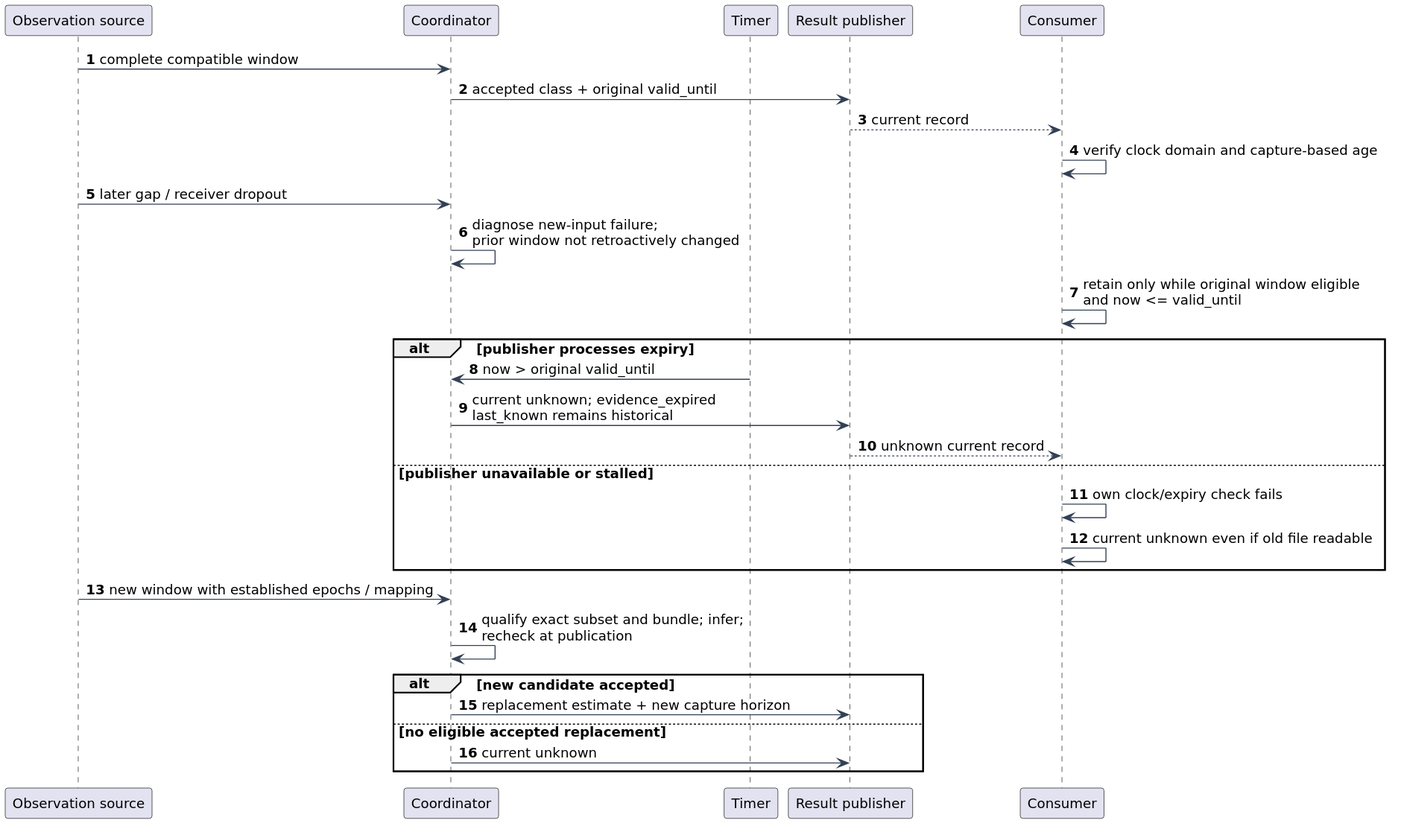
Before: docs/diagrams/failure_recovery.svg, a diagram exported from PlantUML (Sage-Cat/cooperative-wifi-presence-monitor). Its source is kept beside it as docs/diagrams/failure_recovery.puml. Source of this version:
```plantuml
@startuml
skinparam shadowing false
skinparam defaultFontName DejaVu Sans
skinparam defaultFontSize 13
skinparam backgroundColor white
skinparam ArrowColor #334155
skinparam componentStyle rectangle
skinparam packageStyle rectangle
autonumber
participant "Observation source" as Source
participant "Coordinator" as Core
participant "Timer" as Timer
participant "Result publisher" as Publisher
participant "Consumer" as Consumer
Source -> Core : complete compatible window
Core -> Publisher : accepted class + original valid_until
Publisher --> Consumer : current record
Consumer -> Consumer : verify clock domain and capture-based age
Source -> Core : later gap / receiver dropout
Core -> Core : diagnose new-input failure;\nprior window not retroactively changed
Consumer -> Consumer : retain only while original window eligible\nand now <= valid_until
alt publisher processes expiry
  Timer -> Core : now > original valid_until
  Core -> Publisher : current unknown; evidence_expired\nlast_known remains historical
  Publisher --> Consumer : unknown current record
else publisher unavailable or stalled
  Consumer -> Consumer : own clock/expiry check fails
  Consumer -> Consumer : current unknown even if old file readable
end
Source -> Core : new window with established epochs / mapping
Core -> Core : qualify exact subset and bundle; infer;\nrecheck at publication
alt new candidate accepted
  Core -> Publisher : replacement estimate + new capture horizon
else no eligible accepted replacement
  Core -> Publisher : current unknown
end

@enduml
```
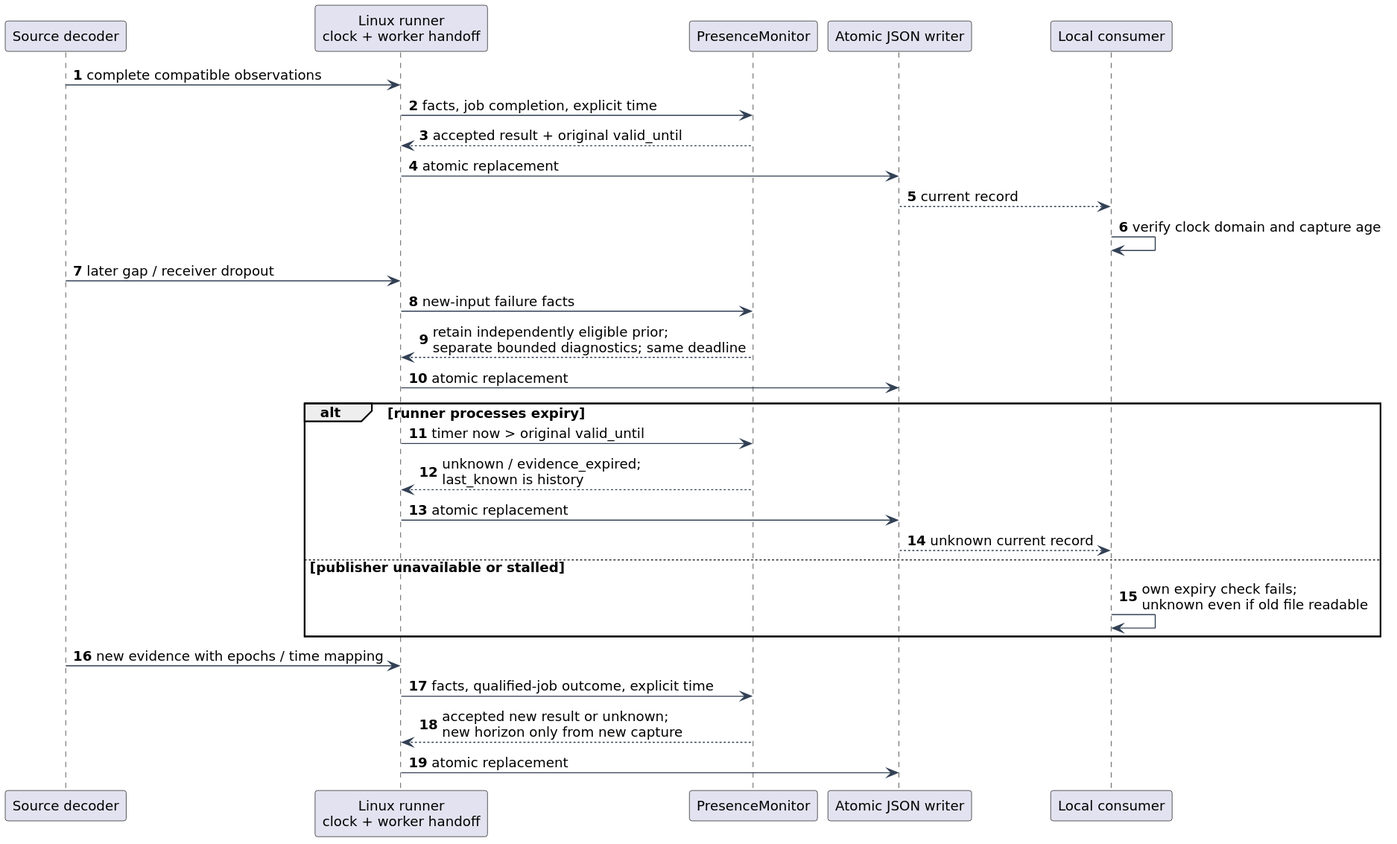
The same file after the commit.

Diff of the diagram source:
```diff
@@ -4,35 +4,32 @@
 skinparam defaultFontSize 13
 skinparam backgroundColor white
 skinparam ArrowColor #334155
-skinparam componentStyle rectangle
-skinparam packageStyle rectangle
 autonumber
-participant "Observation source" as Source
-participant "Coordinator" as Core
-participant "Timer" as Timer
-participant "Result publisher" as Publisher
-participant "Consumer" as Consumer
-Source -> Core : complete compatible window
-Core -> Publisher : accepted class + original valid_until
-Publisher --> Consumer : current record
-Consumer -> Consumer : verify clock domain and capture-based age
-Source -> Core : later gap / receiver dropout
-Core -> Core : diagnose new-input failure;\nprior window not retroactively changed
-Consumer -> Consumer : retain only while original window eligible\nand now <= valid_until
-alt publisher processes expiry
-  Timer -> Core : now > original valid_until
-  Core -> Publisher : current unknown; evidence_expired\nlast_known remains historical
-  Publisher --> Consumer : unknown current record
+participant "Source decoder" as Source
+participant "Linux runner\nclock + worker handoff" as Host
+participant "PresenceMonitor" as Core
+participant "Atomic JSON writer" as Writer
+participant "Local consumer" as Consumer
+Source -> Host : complete compatible observations
+Host -> Core : facts, job completion, explicit time
+Core --> Host : accepted result + original valid_until
+Host -> Writer : atomic replacement
+Writer --> Consumer : current record
+Consumer -> Consumer : verify clock domain and capture age
+Source -> Host : later gap / receiver dropout
+Host -> Core : new-input failure facts
+Core --> Host : retain independently eligible prior;\nseparate bounded diagnostics; same deadline
+Host -> Writer : atomic replacement
+alt runner processes expiry
+ Host -> Core : timer now > original valid_until
+ Core --> Host : unknown / evidence_expired;\nlast_known is history
+ Host -> Writer : atomic replacement
+ Writer --> Consumer : unknown current record
 else publisher unavailable or stalled
-  Consumer -> Consumer : own clock/expiry check fails
-  Consumer -> Consumer : current unknown even if old file readable
+ Consumer -> Consumer : own expiry check fails;\nunknown even if old file readable
 end
-Source -> Core : new window with established epochs / mapping
-Core -> Core : qualify exact subset and bundle; infer;\nrecheck at publication
-alt new candidate accepted
-  Core -> Publisher : replacement estimate + new capture horizon
-else no eligible accepted replacement
-  Core -> Publisher : current unknown
-end
-
+Source -> Host : new evidence with epochs / time mapping
+Host -> Core : facts, qualified-job outcome, explicit time
+Core --> Host : accepted new result or unknown;\nnew horizon only from new capture
+Host -> Writer : atomic replacement
 @enduml
```
